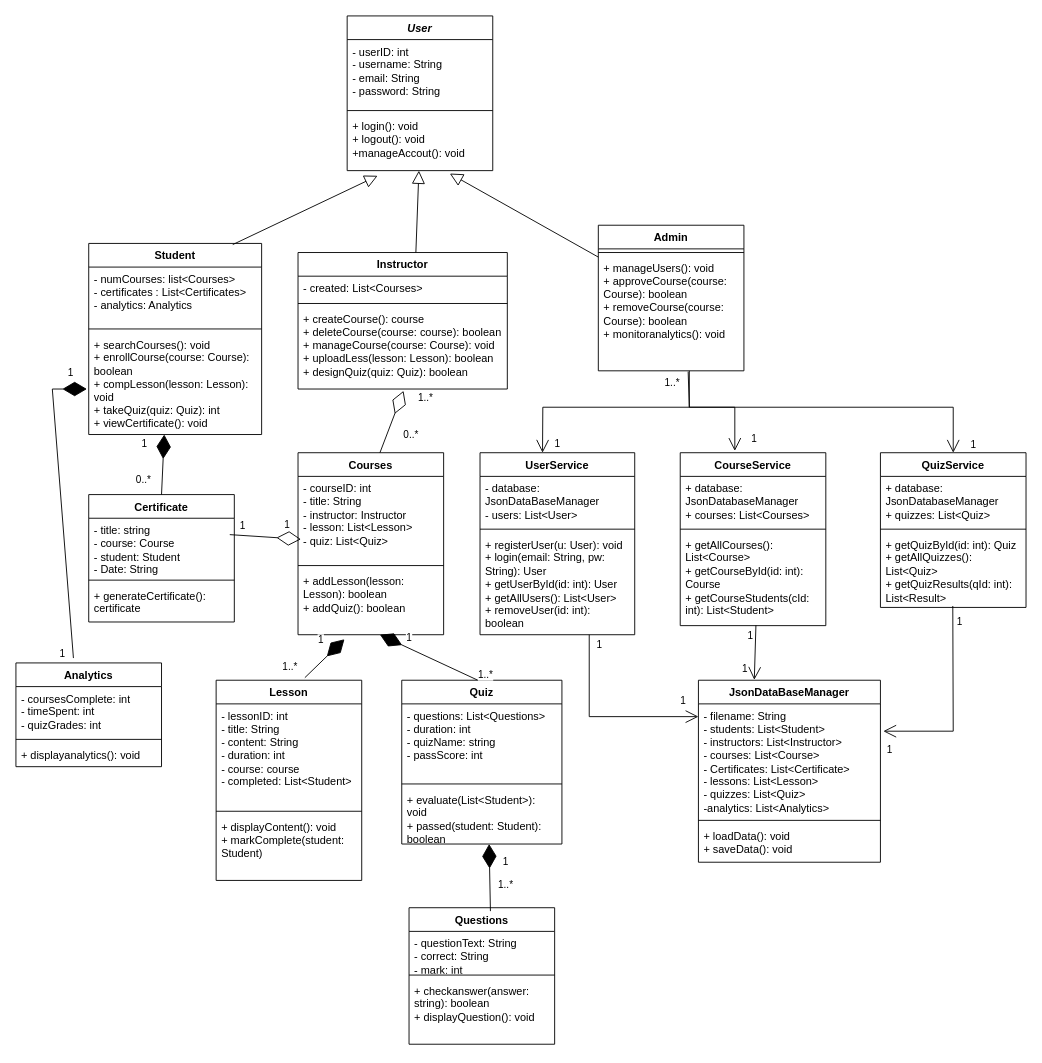
Before: Untitled Diagram.drawio in adhambasha1155/Uml, a draw.io diagram. Source tidied: cells renumbered, new cells numbered last; positions are measured from the earlier drawing's top-left corner, leaving out a move shared by most shapes. Both pictures are drawn from the tidied source at 91%, with x=0, y=0 at pixel (15, 15).
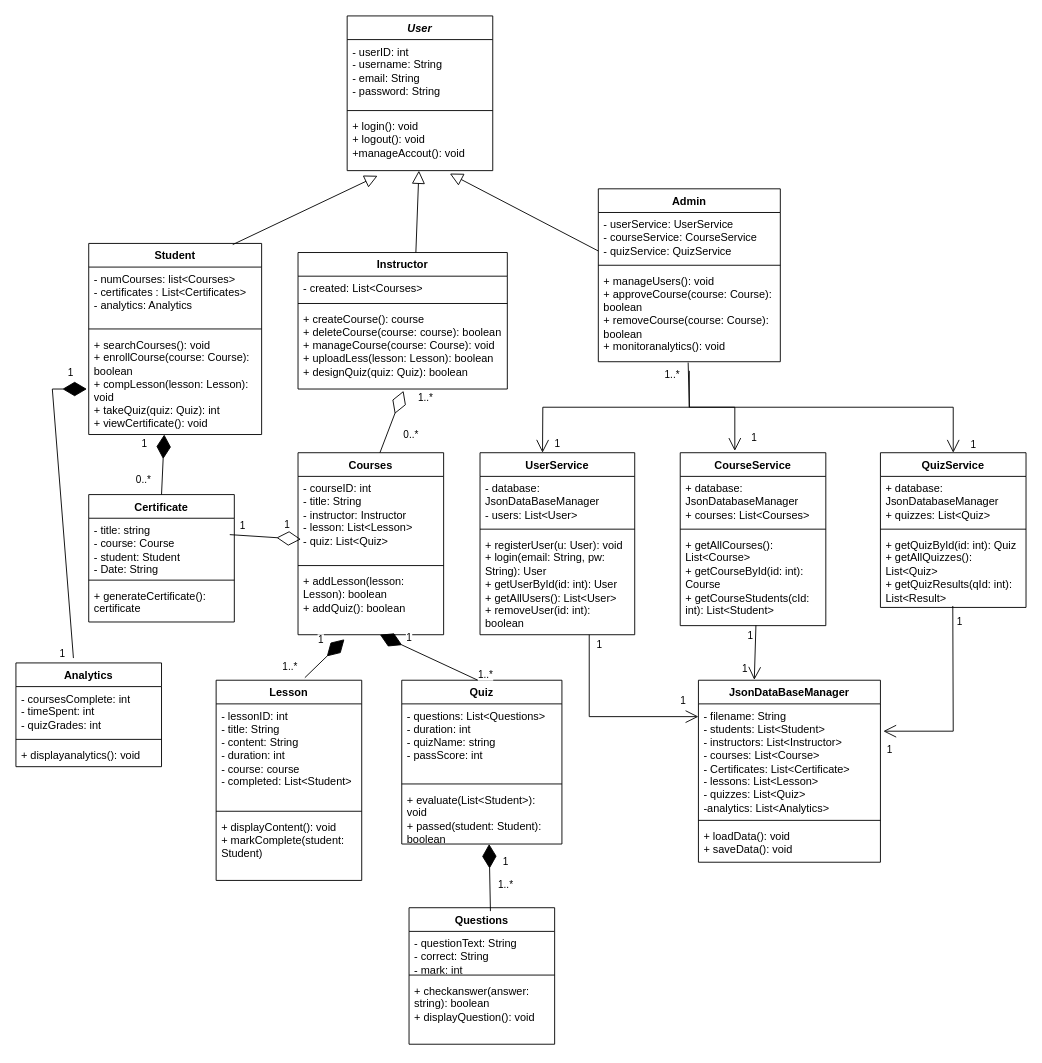
After the change.

Commit message:
Another little update to admin class

The change refers to these unchanged cells:
```xml
<mxCell id="68" value="+ login(): void&lt;div&gt;+ logout(): void&lt;/div&gt;&lt;div&gt;+manageAccout(): void&lt;/div&gt;" style="text;strokeColor=none;fillColor=none;align=left;verticalAlign=top;spacingLeft=4;spacingRight=4;overflow=hidden;points=[[0,0.5],[1,0.5]];portConstraint=eastwest;whiteSpace=wrap;html=1;" parent="65" vertex="1">
  <mxGeometry y="108" width="160" height="62" as="geometry" />
</mxCell>
```

Diff of the diagram source:
```diff
@@
-    <mxCell id="12" style="endArrow=block;endFill=0;endSize=12;html=1;rounded=0;entryX=0.705;entryY=1.052;entryDx=0;entryDy=0;entryPerimeter=0;" parent="1" edge="1" source="13" target="68">
-      <mxGeometry relative="1" as="geometry" />
+    <mxCell id="12" style="endArrow=block;endFill=0;endSize=12;html=1;rounded=0;entryX=0.705;entryY=1.052;entryDx=0;entryDy=0;entryPerimeter=0;" parent="1" edge="1" target="68">
+      <mxGeometry relative="1" as="geometry">
+        <mxPoint x="640" y="258.3" as="sourcePoint" />
+      </mxGeometry>
     </mxCell>
-    <mxCell id="13" value="Admin" style="swimlane;fontStyle=1;align=center;verticalAlign=top;horizontal=1;startSize=26;whiteSpace=wrap;html=1;" parent="1" vertex="1">
-      <mxGeometry x="640" y="230" width="160" height="160" as="geometry" />
-    </mxCell>
-    <mxCell id="14" style="line;strokeWidth=1;fillColor=none;align=left;verticalAlign=middle;spacingTop=-1;spacingLeft=3;spacingRight=3;labelPosition=right;strokeColor=inherit;" parent="13" vertex="1">
-      <mxGeometry y="26" width="160" height="8" as="geometry" />
-    </mxCell>
-    <mxCell id="15" value="+ manageUsers(): void&lt;div&gt;+ approveCourse(course: Course): boolean&lt;/div&gt;&lt;div&gt;+ removeCourse(course: Course): boolean&lt;/div&gt;&lt;div&gt;+ monitoranalytics(): void&lt;/div&gt;" style="text;strokeColor=none;fillColor=none;align=left;verticalAlign=top;spacingLeft=4;spacingRight=4;overflow=hidden;points=[[0,0.5],[1,0.5]];portConstraint=eastwest;whiteSpace=wrap;html=1;" parent="13" vertex="1">
-      <mxGeometry y="34" width="160" height="126" as="geometry" />
-    </mxCell>
@@
-    <mxCell id="83" style="endArrow=open;endFill=1;endSize=12;html=1;rounded=0;exitX=0.617;exitY=1.007;exitDx=0;exitDy=0;exitPerimeter=0;" parent="1" edge="1" source="15">
+    <mxCell id="83" style="endArrow=open;endFill=1;endSize=12;html=1;rounded=0;exitX=0.617;exitY=1.007;exitDx=0;exitDy=0;exitPerimeter=0;" parent="1" edge="1">
       <mxGeometry relative="1" as="geometry">
+        <mxPoint x="738.7" y="380.9" as="sourcePoint" />
         <mxPoint x="790" y="478" as="targetPoint" />
         <Array as="points">
           <mxPoint x="740" y="430" />
           <mxPoint x="790" y="430" />
         </Array>
       </mxGeometry>
     </mxCell>
@@
+    <mxCell id="13" value="Admin" style="swimlane;fontStyle=1;align=center;verticalAlign=top;horizontal=1;startSize=26;whiteSpace=wrap;html=1;" parent="1" vertex="1">
+      <mxGeometry x="640" y="190" width="200" height="190" as="geometry" />
+    </mxCell>
+    <mxCell id="97" value="- userService: UserService&lt;div&gt;- courseService: CourseService&lt;/div&gt;&lt;div&gt;- quizService: QuizService&lt;/div&gt;" style="text;strokeColor=none;fillColor=none;align=left;verticalAlign=top;spacingLeft=4;spacingRight=4;overflow=hidden;whiteSpace=wrap;html=1;" parent="13" vertex="1">
+      <mxGeometry y="26" width="200" height="54" as="geometry" />
+    </mxCell>
+    <mxCell id="98" style="line;strokeWidth=1;fillColor=none;align=left;verticalAlign=middle;spacingTop=-1;spacingLeft=3;spacingRight=3;labelPosition=right;strokeColor=inherit;" parent="13" vertex="1">
+      <mxGeometry y="80" width="200" height="8" as="geometry" />
+    </mxCell>
+    <mxCell id="15" value="+ manageUsers(): void&lt;div&gt;+ approveCourse(course: Course): boolean&lt;/div&gt;&lt;div&gt;+ removeCourse(course: Course): boolean&lt;/div&gt;&lt;div&gt;+ monitoranalytics(): void&lt;/div&gt;" style="text;strokeColor=none;fillColor=none;align=left;verticalAlign=top;spacingLeft=4;spacingRight=4;overflow=hidden;points=[[0,0.5],[1,0.5]];portConstraint=eastwest;whiteSpace=wrap;html=1;" parent="13" vertex="1">
+      <mxGeometry y="88" width="200" height="102" as="geometry" />
+    </mxCell>
```
